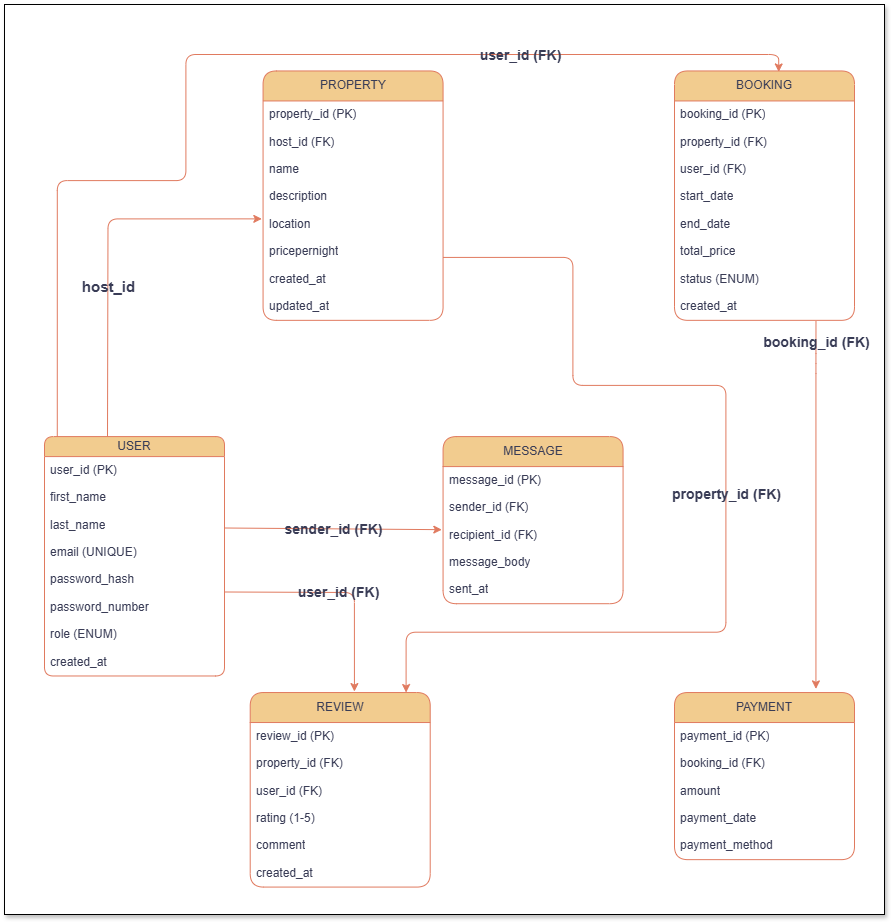
Before: ERD/Airbnb Database ER Diagram.drawio (1).png, a diagram exported from draw.io (stepholo/alx-airbnb-database). Source tidied: cells renumbered, new cells last; positions are measured from the earlier drawing's top-left corner, leaving out a move shared by most shapes.
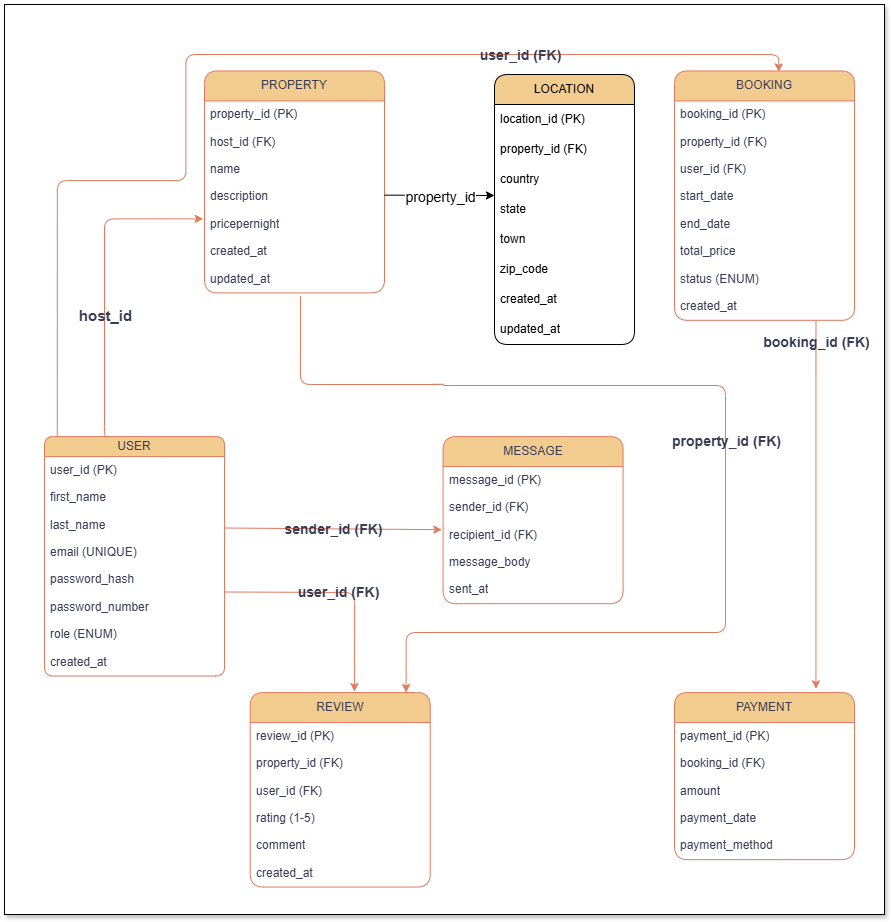
After the change.

Change to the diagram source:
```diff
@@ -2,8 +2,9 @@
   <root>
     <mxCell id="0" />
     <mxCell id="1" parent="0" />
-    <mxCell id="2" style="endArrow=classic;html=1;rounded=1;exitX=1.007;exitY=0.3;exitDx=0;exitDy=0;exitPerimeter=0;labelBackgroundColor=none;strokeColor=#E07A5F;fontColor=default;" parent="1" edge="1" source="19">
+    <mxCell id="2" style="endArrow=classic;html=1;rounded=1;exitX=1.007;exitY=0.3;exitDx=0;exitDy=0;exitPerimeter=0;labelBackgroundColor=none;strokeColor=#E07A5F;fontColor=default;" parent="1" edge="1">
       <mxGeometry relative="1" as="geometry">
+        <mxPoint x="381.3" y="214.4" as="sourcePoint" />
         <mxPoint x="660" y="214" as="targetPoint" />
       </mxGeometry>
     </mxCell>
@@ -41,7 +42,7 @@
       <mxGeometry y="212" width="180" height="27.4" as="geometry" />
     </mxCell>
     <mxCell id="14" value="PROPERTY" style="swimlane;fontStyle=0;horizontal=1;startSize=30;whiteSpace=wrap;html=1;labelBackgroundColor=none;fillColor=#F2CC8F;strokeColor=#E07A5F;fontColor=#393C56;rounded=1;" parent="1" vertex="1">
-      <mxGeometry x="258.6" y="66.5" width="180" height="249.4" as="geometry" />
+      <mxGeometry x="200" y="66.5" width="180" height="222" as="geometry" />
     </mxCell>
     <mxCell id="15" value="property_id (PK)" style="text;strokeColor=none;fillColor=none;align=left;verticalAlign=middle;spacingLeft=4;spacingRight=4;overflow=hidden;whiteSpace=wrap;html=1;labelBackgroundColor=none;fontColor=#393C56;rounded=1;" parent="14" vertex="1">
       <mxGeometry y="30" width="180" height="27.4" as="geometry" />
@@ -55,17 +56,14 @@
     <mxCell id="18" value="description" style="text;strokeColor=none;fillColor=none;align=left;verticalAlign=middle;spacingLeft=4;spacingRight=4;overflow=hidden;whiteSpace=wrap;html=1;labelBackgroundColor=none;fontColor=#393C56;rounded=1;" parent="14" vertex="1">
       <mxGeometry y="112.3" width="180" height="27.4" as="geometry" />
     </mxCell>
-    <mxCell id="19" value="location" style="text;strokeColor=none;fillColor=none;align=left;verticalAlign=middle;spacingLeft=4;spacingRight=4;overflow=hidden;points=[[0,0.5],[1,0.5]];portConstraint=eastwest;whiteSpace=wrap;html=1;labelBackgroundColor=none;fontColor=#393C56;rounded=1;" parent="14" vertex="1">
-      <mxGeometry y="139.7" width="180" height="27.4" as="geometry" />
-    </mxCell>
     <mxCell id="20" value="pricepernight" style="text;strokeColor=none;fillColor=none;align=left;verticalAlign=middle;spacingLeft=4;spacingRight=4;overflow=hidden;whiteSpace=wrap;html=1;labelBackgroundColor=none;fontColor=#393C56;rounded=1;" parent="14" vertex="1">
-      <mxGeometry y="167.1" width="180" height="27.4" as="geometry" />
+      <mxGeometry y="139.7" width="180" height="27.4" as="geometry" />
     </mxCell>
     <mxCell id="21" value="created_at" style="text;strokeColor=none;fillColor=none;align=left;verticalAlign=middle;spacingLeft=4;spacingRight=4;overflow=hidden;whiteSpace=wrap;html=1;labelBackgroundColor=none;fontColor=#393C56;rounded=1;" parent="14" vertex="1">
-      <mxGeometry y="194.5" width="180" height="27.4" as="geometry" />
+      <mxGeometry y="167.1" width="180" height="27.4" as="geometry" />
     </mxCell>
     <mxCell id="22" value="updated_at" style="text;strokeColor=none;fillColor=none;align=left;verticalAlign=middle;spacingLeft=4;spacingRight=4;overflow=hidden;points=[[0,0.5],[1,0.5]];portConstraint=eastwest;whiteSpace=wrap;html=1;labelBackgroundColor=none;fontColor=#393C56;rounded=1;" parent="14" vertex="1">
-      <mxGeometry y="222" width="180" height="27.4" as="geometry" />
+      <mxGeometry y="194.5" width="180" height="27.4" as="geometry" />
     </mxCell>
     <mxCell id="23" value="BOOKING" style="swimlane;fontStyle=0;horizontal=1;startSize=30;whiteSpace=wrap;html=1;labelBackgroundColor=none;fillColor=#F2CC8F;strokeColor=#E07A5F;fontColor=#393C56;rounded=1;" parent="1" vertex="1">
       <mxGeometry x="670" y="66.5" width="180" height="249.4" as="geometry" />
@@ -151,9 +149,14 @@
     <mxCell id="50" value="sent_at" style="text;strokeColor=none;fillColor=none;align=left;verticalAlign=middle;spacingLeft=4;spacingRight=4;overflow=hidden;whiteSpace=wrap;html=1;labelBackgroundColor=none;fontColor=#393C56;rounded=1;" parent="45" vertex="1">
       <mxGeometry y="139.7" width="180" height="27.4" as="geometry" />
     </mxCell>
-    <mxCell id="51" style="endArrow=classic;html=1;rounded=1;edgeStyle=orthogonalEdgeStyle;entryX=-0.007;entryY=0.3;entryDx=0;entryDy=0;entryPerimeter=0;labelBackgroundColor=none;strokeColor=#E07A5F;fontColor=default;" parent="1" edge="1" target="19">
+    <mxCell id="51" style="endArrow=classic;html=1;rounded=1;edgeStyle=orthogonalEdgeStyle;entryX=-0.007;entryY=0.3;entryDx=0;entryDy=0;entryPerimeter=0;labelBackgroundColor=none;strokeColor=#E07A5F;fontColor=default;" parent="1" edge="1">
       <mxGeometry relative="1" as="geometry">
         <mxPoint x="103" y="432.1" as="sourcePoint" />
+        <mxPoint x="198.7" y="214.4" as="targetPoint" />
+        <Array as="points">
+          <mxPoint x="100" y="432" />
+          <mxPoint x="100" y="214" />
+        </Array>
       </mxGeometry>
     </mxCell>
     <mxCell id="52" value="host_id" style="edgeLabel;html=1;align=center;verticalAlign=middle;fillColor=#F2CC8F;fontStyle=1;fontSize=15;labelBorderColor=none;labelBackgroundColor=none;fontColor=#393C56;rounded=1;" parent="51" vertex="1">
@@ -192,15 +195,15 @@
     <mxCell id="58" value="user_id (FK)" style="edgeLabel;html=1;align=center;verticalAlign=middle;fontStyle=1;labelBorderColor=none;fontSize=14;labelBackgroundColor=none;fontColor=#393C56;rounded=1;" parent="57" vertex="1">
       <mxGeometry relative="1" as="geometry" />
     </mxCell>
-    <mxCell id="59" style="endArrow=classic;html=1;rounded=1;edgeStyle=orthogonalEdgeStyle;entryX=0.866;entryY=0;entryDx=0;entryDy=0;entryPerimeter=0;labelBackgroundColor=none;strokeColor=#E07A5F;fontColor=default;" parent="1" edge="1" target="38">
+    <mxCell id="59" style="endArrow=classic;html=1;rounded=1;edgeStyle=orthogonalEdgeStyle;entryX=0.866;entryY=0;entryDx=0;entryDy=0;entryPerimeter=0;labelBackgroundColor=none;strokeColor=#E07A5F;fontColor=default;exitX=0.533;exitY=1.115;exitDx=0;exitDy=0;exitPerimeter=0;" parent="1" edge="1" source="22" target="38">
       <mxGeometry relative="1" as="geometry">
-        <mxPoint x="438.6" y="252.9" as="sourcePoint" />
         <Array as="points">
-          <mxPoint x="568.4" y="252.9" />
-          <mxPoint x="568.4" y="380.9" />
-          <mxPoint x="721.4" y="380.9" />
-          <mxPoint x="721.4" y="627.7" />
-          <mxPoint x="401.3" y="627.7" />
+          <mxPoint x="296" y="380" />
+          <mxPoint x="439" y="380" />
+          <mxPoint x="439" y="381" />
+          <mxPoint x="721" y="381" />
+          <mxPoint x="721" y="628" />
+          <mxPoint x="402" y="628" />
         </Array>
       </mxGeometry>
     </mxCell>
@@ -220,5 +223,40 @@
         <mxPoint y="-163" as="offset" />
       </mxGeometry>
     </mxCell>
+    <mxCell id="63" value="LOCATION" style="swimlane;fontStyle=0;horizontal=1;startSize=30;whiteSpace=wrap;html=1;rounded=1;fillColor=#F2CC8F;strokeColor=light-dark(#000000,#FFB570);" parent="1" vertex="1">
+      <mxGeometry x="490" y="70" width="140" height="270" as="geometry" />
+    </mxCell>
+    <mxCell id="64" value="location_id (PK)" style="text;strokeColor=none;fillColor=none;align=left;verticalAlign=middle;spacingLeft=4;spacingRight=4;overflow=hidden;whiteSpace=wrap;html=1;" parent="63" vertex="1">
+      <mxGeometry y="30" width="140" height="30" as="geometry" />
+    </mxCell>
+    <mxCell id="65" value="property_id (FK)" style="text;strokeColor=none;fillColor=none;align=left;verticalAlign=middle;spacingLeft=4;spacingRight=4;overflow=hidden;whiteSpace=wrap;html=1;" parent="63" vertex="1">
+      <mxGeometry y="60" width="140" height="30" as="geometry" />
+    </mxCell>
+    <mxCell id="66" value="country" style="text;strokeColor=none;fillColor=none;align=left;verticalAlign=middle;spacingLeft=4;spacingRight=4;overflow=hidden;whiteSpace=wrap;html=1;" parent="63" vertex="1">
+      <mxGeometry y="90" width="140" height="30" as="geometry" />
+    </mxCell>
+    <mxCell id="67" value="state" style="text;strokeColor=none;fillColor=none;align=left;verticalAlign=middle;spacingLeft=4;spacingRight=4;overflow=hidden;points=[[0,0.5],[1,0.5]];portConstraint=eastwest;whiteSpace=wrap;html=1;" parent="63" vertex="1">
+      <mxGeometry y="120" width="140" height="30" as="geometry" />
+    </mxCell>
+    <mxCell id="68" value="town" style="text;strokeColor=none;fillColor=none;align=left;verticalAlign=middle;spacingLeft=4;spacingRight=4;overflow=hidden;whiteSpace=wrap;html=1;" parent="63" vertex="1">
+      <mxGeometry y="150" width="140" height="30" as="geometry" />
+    </mxCell>
+    <mxCell id="69" value="zip_code" style="text;strokeColor=none;fillColor=none;align=left;verticalAlign=middle;spacingLeft=4;spacingRight=4;overflow=hidden;whiteSpace=wrap;html=1;" parent="63" vertex="1">
+      <mxGeometry y="180" width="140" height="30" as="geometry" />
+    </mxCell>
+    <mxCell id="70" value="created_at" style="text;strokeColor=none;fillColor=none;align=left;verticalAlign=middle;spacingLeft=4;spacingRight=4;overflow=hidden;whiteSpace=wrap;html=1;" parent="63" vertex="1">
+      <mxGeometry y="210" width="140" height="30" as="geometry" />
+    </mxCell>
+    <mxCell id="71" value="updated_at" style="text;strokeColor=none;fillColor=none;align=left;verticalAlign=middle;spacingLeft=4;spacingRight=4;overflow=hidden;whiteSpace=wrap;html=1;" parent="63" vertex="1">
+      <mxGeometry y="240" width="140" height="30" as="geometry" />
+    </mxCell>
+    <mxCell id="72" style="endArrow=classic;html=1;rounded=0;entryX=0;entryY=0.033;entryDx=0;entryDy=0;entryPerimeter=0;" parent="1" edge="1" target="67">
+      <mxGeometry relative="1" as="geometry">
+        <mxPoint x="380" y="190.6" as="sourcePoint" />
+      </mxGeometry>
+    </mxCell>
+    <mxCell id="73" value="property_id" style="edgeLabel;html=1;align=center;verticalAlign=middle;fontSize=14;" parent="72" vertex="1">
+      <mxGeometry x="0.02" y="-2" relative="1" as="geometry" />
+    </mxCell>
   </root>
 </mxGraphModel>
```
